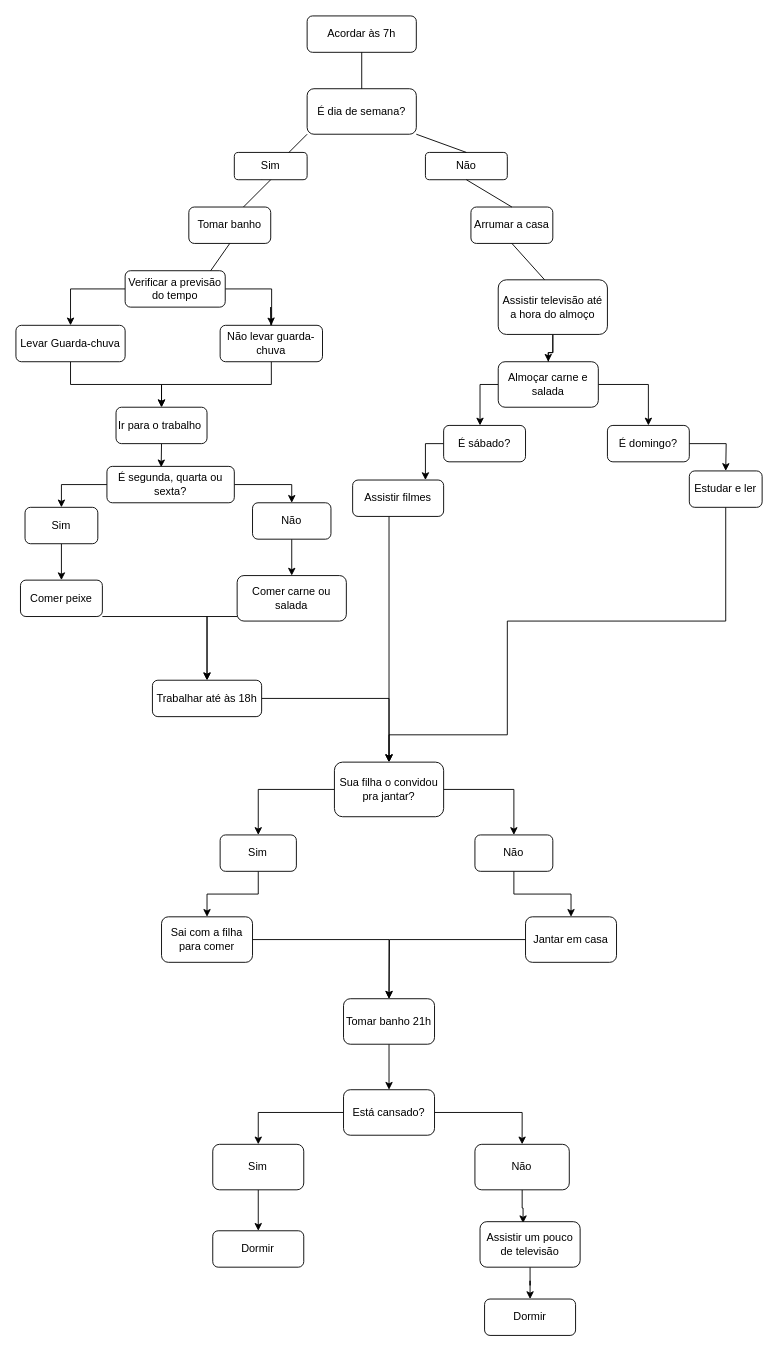
Above: Untitled Diagram.drawio in sergiofagundesb/js_exercises (draw.io), before the change. Source tidied: cells renumbered, new cells numbered last; positions are measured from the earlier drawing's top-left corner, leaving out a move shared by most shapes. Both pictures are drawn from the tidied source at 91%, with x=0, y=0 at pixel (15, 15).
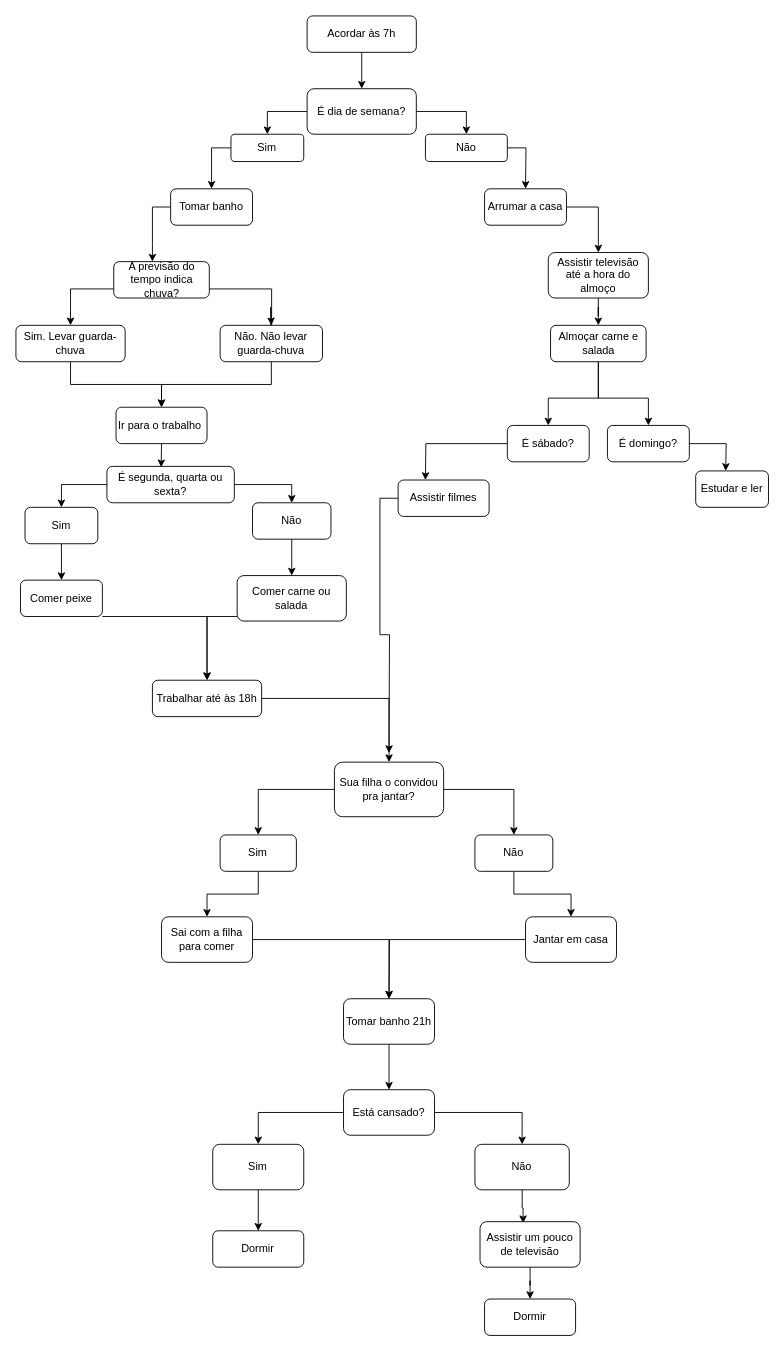
Above is the later version.

Unchanged cells that the change refers to:
```xml
<mxCell id="2" value="Acordar às 7h" style="rounded=1;whiteSpace=wrap;html=1;" parent="1" vertex="1">
  <mxGeometry x="320" width="120" height="40" as="geometry" />
</mxCell>
<mxCell id="4" value="É dia de semana?" style="rounded=1;whiteSpace=wrap;html=1;" parent="1" vertex="1">
  <mxGeometry x="320" y="80" width="120" height="50" as="geometry" />
</mxCell>
<mxCell id="46" value="É domingo?" style="rounded=1;whiteSpace=wrap;html=1;" parent="1" vertex="1">
  <mxGeometry x="650" y="450" width="90" height="40" as="geometry" />
</mxCell>
<mxCell id="53" value="Sua filha o convidou pra jantar?" style="rounded=1;whiteSpace=wrap;html=1;" parent="1" vertex="1">
  <mxGeometry x="350" y="820" width="120" height="60" as="geometry" />
</mxCell>
```

The edit, as a diff of the source:
```diff
@@
+    <mxCell id="75" style="edgeStyle=orthogonalEdgeStyle;rounded=0;jettySize=auto;html=1;exitX=0.5;exitY=1;exitDx=0;exitDy=0;entryX=0.5;entryY=0;entryDx=0;entryDy=0;" parent="1" edge="1" source="2" target="4">
+      <mxGeometry relative="1" as="geometry" />
+    </mxCell>
@@
-    <mxCell id="3" style="endArrow=none;html=1;entryX=0.5;entryY=1;entryDx=0;entryDy=0;" parent="1" edge="1" target="2">
-      <mxGeometry relative="1" as="geometry">
-        <mxPoint x="380" y="110" as="sourcePoint" />
-      </mxGeometry>
-    </mxCell>
+    <mxCell id="76" style="edgeStyle=orthogonalEdgeStyle;rounded=0;jettySize=auto;html=1;entryX=0.5;entryY=0;entryDx=0;entryDy=0;" parent="1" edge="1" source="4" target="7">
+      <mxGeometry relative="1" as="geometry" />
+    </mxCell>
+    <mxCell id="77" style="edgeStyle=orthogonalEdgeStyle;rounded=0;jettySize=auto;html=1;entryX=0.5;entryY=0;entryDx=0;entryDy=0;" parent="1" edge="1" source="4" target="6">
+      <mxGeometry relative="1" as="geometry" />
+    </mxCell>
@@
-    <mxCell id="5" style="endArrow=none;html=1;" parent="1" edge="1">
-      <mxGeometry relative="1" as="geometry">
-        <mxPoint x="270" y="180" as="sourcePoint" />
-        <mxPoint x="320" y="130" as="targetPoint" />
-      </mxGeometry>
-    </mxCell>
+    <mxCell id="78" style="edgeStyle=orthogonalEdgeStyle;rounded=0;jettySize=auto;html=1;entryX=0.5;entryY=0;entryDx=0;entryDy=0;exitX=0;exitY=0.5;exitDx=0;exitDy=0;" parent="1" edge="1" source="6" target="10">
+      <mxGeometry relative="1" as="geometry" />
+    </mxCell>
     <mxCell id="6" value="Sim" style="rounded=1;whiteSpace=wrap;html=1;" parent="1" vertex="1">
-      <mxGeometry x="240" y="150" width="80" height="30" as="geometry" />
+      <mxGeometry x="236.3" y="130" width="80" height="30" as="geometry" />
     </mxCell>
+    <mxCell id="79" style="edgeStyle=orthogonalEdgeStyle;rounded=0;jettySize=auto;html=1;" parent="1" edge="1" source="7">
+      <mxGeometry relative="1" as="geometry">
+        <mxPoint x="560" y="190" as="targetPoint" />
+      </mxGeometry>
+    </mxCell>
     <mxCell id="7" value="Não" style="rounded=1;whiteSpace=wrap;html=1;" parent="1" vertex="1">
-      <mxGeometry x="450" y="150" width="90" height="30" as="geometry" />
+      <mxGeometry x="450" y="130" width="90" height="30" as="geometry" />
     </mxCell>
-    <mxCell id="8" style="endArrow=none;html=1;entryX=1;entryY=1;entryDx=0;entryDy=0;" parent="1" edge="1" target="4">
-      <mxGeometry relative="1" as="geometry">
-        <mxPoint x="495" y="150" as="sourcePoint" />
-      </mxGeometry>
-    </mxCell>
-    <mxCell id="9" style="endArrow=none;html=1;entryX=0.5;entryY=1;entryDx=0;entryDy=0;" parent="1" edge="1" target="6">
-      <mxGeometry relative="1" as="geometry">
-        <mxPoint x="230" y="230" as="sourcePoint" />
-      </mxGeometry>
-    </mxCell>
+    <mxCell id="80" style="edgeStyle=orthogonalEdgeStyle;rounded=0;jettySize=auto;html=1;" parent="1" edge="1" source="10">
+      <mxGeometry relative="1" as="geometry">
+        <mxPoint x="150" y="270" as="targetPoint" />
+      </mxGeometry>
+    </mxCell>
     <mxCell id="10" value="Tomar banho" style="rounded=1;whiteSpace=wrap;html=1;" parent="1" vertex="1">
-      <mxGeometry x="190" y="210" width="90" height="40" as="geometry" />
+      <mxGeometry x="170" y="190" width="90" height="40" as="geometry" />
     </mxCell>
+    <mxCell id="81" style="edgeStyle=orthogonalEdgeStyle;rounded=0;jettySize=auto;html=1;entryX=0.5;entryY=0;entryDx=0;entryDy=0;" parent="1" edge="1" source="11" target="29">
+      <mxGeometry relative="1" as="geometry">
+        <Array as="points">
+          <mxPoint x="640" y="210" />
+          <mxPoint x="640" y="260" />
+        </Array>
+      </mxGeometry>
+    </mxCell>
     <mxCell id="11" value="Arrumar a casa" style="rounded=1;whiteSpace=wrap;html=1;" parent="1" vertex="1">
-      <mxGeometry x="500" y="210" width="90" height="40" as="geometry" />
+      <mxGeometry x="515" y="190" width="90" height="40" as="geometry" />
     </mxCell>
-    <mxCell id="12" style="endArrow=none;html=1;exitX=0.5;exitY=1;exitDx=0;exitDy=0;entryX=0.5;entryY=0;entryDx=0;entryDy=0;" parent="1" edge="1" source="7" target="11">
-      <mxGeometry relative="1" as="geometry" />
-    </mxCell>
-    <mxCell id="13" style="endArrow=none;html=1;entryX=0.5;entryY=1;entryDx=0;entryDy=0;" parent="1" edge="1" target="10">
-      <mxGeometry relative="1" as="geometry">
-        <mxPoint x="200" y="300" as="sourcePoint" />
-      </mxGeometry>
-    </mxCell>
-    <mxCell id="14" style="endArrow=none;html=1;entryX=0.5;entryY=1;entryDx=0;entryDy=0;" parent="1" edge="1" target="11">
-      <mxGeometry relative="1" as="geometry">
-        <mxPoint x="590" y="300" as="sourcePoint" />
-      </mxGeometry>
-    </mxCell>
@@
-    <mxCell id="17" value="Verificar a previsão do tempo" style="rounded=1;whiteSpace=wrap;html=1;" parent="1" vertex="1">
-      <mxGeometry x="120" y="280" width="110" height="40" as="geometry" />
+    <mxCell id="17" value="A previsão do tempo indica chuva?" style="rounded=1;whiteSpace=wrap;html=1;" parent="1" vertex="1">
+      <mxGeometry x="107.5" y="270" width="105" height="40" as="geometry" />
     </mxCell>
@@
-    <mxCell id="19" value="Levar Guarda-chuva" style="rounded=1;whiteSpace=wrap;html=1;" parent="1" vertex="1">
+    <mxCell id="19" value="Sim. Levar guarda-chuva" style="rounded=1;whiteSpace=wrap;html=1;" parent="1" vertex="1">
       <mxGeometry y="340" width="120" height="40" as="geometry" />
     </mxCell>
@@
-    <mxCell id="21" value="Não levar guarda-chuva" style="rounded=1;whiteSpace=wrap;html=1;" parent="1" vertex="1">
+    <mxCell id="21" value="Não. Não levar guarda-chuva" style="rounded=1;whiteSpace=wrap;html=1;" parent="1" vertex="1">
       <mxGeometry x="224.4" y="340" width="112.5" height="40" as="geometry" />
     </mxCell>
@@
-    <mxCell id="27" style="edgeStyle=orthogonalEdgeStyle;rounded=0;jettySize=auto;html=1;entryX=0.5;entryY=0.2;entryDx=0;entryDy=0;entryPerimeter=0;" parent="1" edge="1" source="29" target="42">
-      <mxGeometry relative="1" as="geometry" />
-    </mxCell>
-    <mxCell id="28" style="edgeStyle=orthogonalEdgeStyle;rounded=0;jettySize=auto;html=1;entryX=0.5;entryY=0;entryDx=0;entryDy=0;" parent="1" edge="1" source="29" target="42">
-      <mxGeometry relative="1" as="geometry" />
-    </mxCell>
+    <mxCell id="82" style="edgeStyle=orthogonalEdgeStyle;rounded=0;jettySize=auto;html=1;entryX=0.5;entryY=0;entryDx=0;entryDy=0;" parent="1" edge="1" source="29" target="42">
+      <mxGeometry relative="1" as="geometry" />
+    </mxCell>
     <mxCell id="29" value="Assistir televisão até a hora do almoço" style="rounded=1;whiteSpace=wrap;html=1;" parent="1" vertex="1">
-      <mxGeometry x="530" y="290" width="120" height="60" as="geometry" />
+      <mxGeometry x="585" y="260" width="110" height="50" as="geometry" />
     </mxCell>
@@
-    <mxCell id="40" style="edgeStyle=orthogonalEdgeStyle;rounded=0;jettySize=auto;html=1;" parent="1" edge="1" source="42">
-      <mxGeometry relative="1" as="geometry">
-        <mxPoint x="510" y="450" as="targetPoint" />
-      </mxGeometry>
-    </mxCell>
     <mxCell id="41" style="edgeStyle=orthogonalEdgeStyle;rounded=0;jettySize=auto;html=1;entryX=0.5;entryY=0;entryDx=0;entryDy=0;" parent="1" edge="1" source="42" target="46">
-      <mxGeometry relative="1" as="geometry" />
+      <mxGeometry relative="1" as="geometry">
+        <Array as="points">
+          <mxPoint x="640" y="420" />
+          <mxPoint x="695" y="420" />
+        </Array>
+      </mxGeometry>
     </mxCell>
+    <mxCell id="83" style="edgeStyle=orthogonalEdgeStyle;rounded=0;jettySize=auto;html=1;exitX=0.5;exitY=1;exitDx=0;exitDy=0;entryX=0.5;entryY=0;entryDx=0;entryDy=0;" parent="1" edge="1" source="42" target="44">
+      <mxGeometry relative="1" as="geometry">
+        <Array as="points">
+          <mxPoint x="640" y="420" />
+          <mxPoint x="585" y="420" />
+        </Array>
+      </mxGeometry>
+    </mxCell>
     <mxCell id="42" value="Almoçar carne e salada" style="rounded=1;whiteSpace=wrap;html=1;" parent="1" vertex="1">
-      <mxGeometry x="530" y="380" width="110" height="50" as="geometry" />
+      <mxGeometry x="587.5" y="340" width="105" height="40" as="geometry" />
     </mxCell>
@@
     <mxCell id="44" value="É sábado?" style="rounded=1;whiteSpace=wrap;html=1;" parent="1" vertex="1">
-      <mxGeometry x="470" y="450" width="90" height="40" as="geometry" />
+      <mxGeometry x="540" y="450" width="90" height="40" as="geometry" />
     </mxCell>
@@
-    <mxCell id="47" style="edgeStyle=orthogonalEdgeStyle;rounded=0;jettySize=auto;html=1;" parent="1" edge="1" source="48">
-      <mxGeometry relative="1" as="geometry">
-        <mxPoint x="410" y="820" as="targetPoint" />
-        <Array as="points">
-          <mxPoint x="780" y="665" />
-          <mxPoint x="540" y="665" />
-          <mxPoint x="540" y="790" />
-        </Array>
-      </mxGeometry>
-    </mxCell>
     <mxCell id="48" value="Estudar e ler" style="rounded=1;whiteSpace=wrap;html=1;" parent="1" vertex="1">
-      <mxGeometry x="740" y="500" width="80" height="40" as="geometry" />
+      <mxGeometry x="747" y="500" width="80" height="40" as="geometry" />
     </mxCell>
-    <mxCell id="49" style="edgeStyle=orthogonalEdgeStyle;rounded=0;jettySize=auto;html=1;entryX=0.5;entryY=0;entryDx=0;entryDy=0;" parent="1" edge="1" source="50" target="53">
-      <mxGeometry relative="1" as="geometry">
-        <Array as="points">
-          <mxPoint x="410" y="820" />
-          <mxPoint x="410" y="820" />
-        </Array>
-      </mxGeometry>
-    </mxCell>
+    <mxCell id="84" style="edgeStyle=orthogonalEdgeStyle;rounded=0;jettySize=auto;html=1;" parent="1" edge="1" source="50">
+      <mxGeometry relative="1" as="geometry">
+        <mxPoint x="410" y="810" as="targetPoint" />
+      </mxGeometry>
+    </mxCell>
     <mxCell id="50" value="Assistir filmes" style="rounded=1;whiteSpace=wrap;html=1;" parent="1" vertex="1">
-      <mxGeometry x="370" y="510" width="100" height="40" as="geometry" />
+      <mxGeometry x="420" y="510" width="100" height="40" as="geometry" />
     </mxCell>
```
